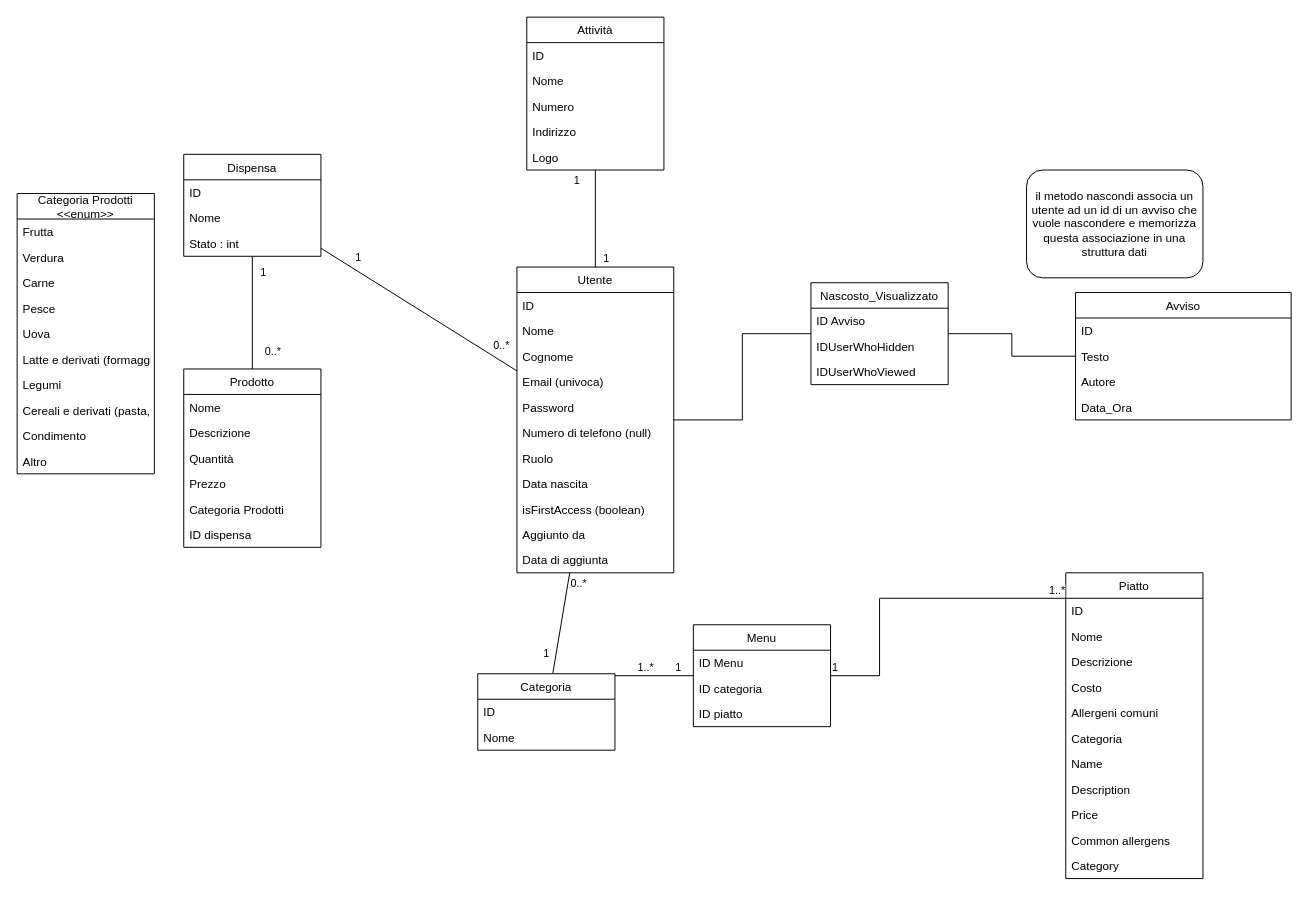
The draw.io diagram class diagrams/Database.drawio in CristianCarrella/Ratatouille23, before the edit. Source tidied: cells renumbered, new cells numbered last; positions are measured from the earlier drawing's top-left corner, leaving out a move shared by most shapes. Both pictures are drawn from the tidied source at 98%, with x=0, y=0 at pixel (17, 17).
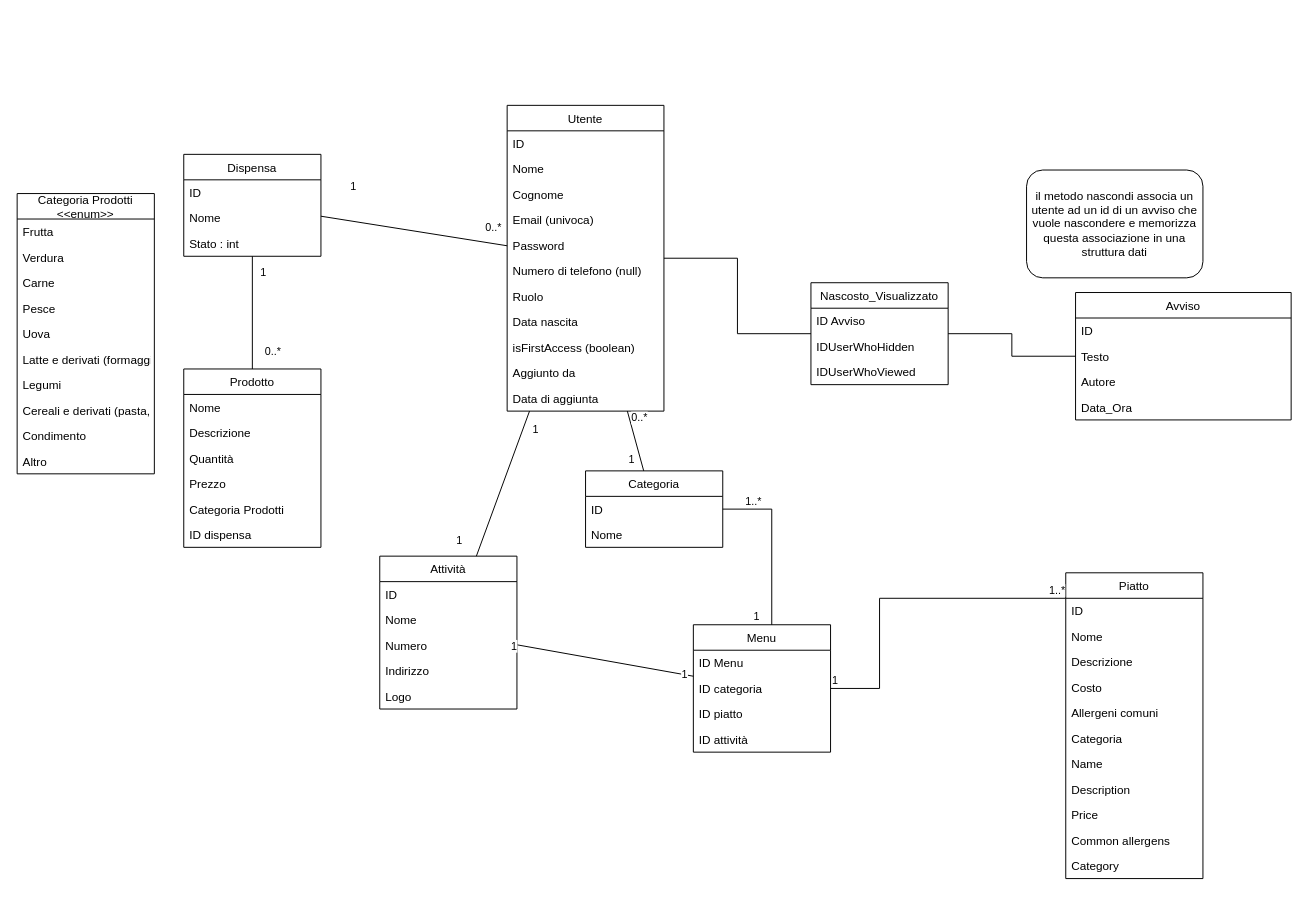
The same page after the edit.

What changed in the source:
```diff
@@
     <mxCell id="2" value="Utente" style="swimlane;fontStyle=0;horizontal=1;startSize=26;fillColor=none;" parent="1" vertex="1">
-      <mxGeometry x="510" y="255" width="160" height="312" as="geometry" />
+      <mxGeometry x="500" y="90" width="160" height="312" as="geometry" />
     </mxCell>
@@
     <mxCell id="26" value="Categoria" style="swimlane;fontStyle=0;horizontal=1;startSize=26;fillColor=none;" parent="1" vertex="1">
-      <mxGeometry x="470" y="670" width="140" height="78" as="geometry" />
+      <mxGeometry x="580" y="463" width="140" height="78" as="geometry" />
     </mxCell>
@@
     <mxCell id="34" value="Attività" style="swimlane;fontStyle=0;horizontal=1;startSize=26;fillColor=none;" parent="1" vertex="1">
-      <mxGeometry x="520" width="140" height="156" as="geometry" />
+      <mxGeometry x="370" y="550" width="140" height="156" as="geometry" />
     </mxCell>
@@
     <mxCell id="72" value="Menu" style="swimlane;fontStyle=0;horizontal=1;startSize=26;fillColor=none;" parent="1" vertex="1">
-      <mxGeometry x="690" y="620" width="140" height="104" as="geometry" />
+      <mxGeometry x="690" y="620" width="140" height="130" as="geometry" />
     </mxCell>
@@
+    <mxCell id="91" value="ID attività" style="text;strokeColor=none;fillColor=none;align=left;verticalAlign=top;spacingLeft=4;spacingRight=4;overflow=hidden;" parent="72" vertex="1">
+      <mxGeometry y="104" width="140" height="26" as="geometry" />
+    </mxCell>
@@
     <mxCell id="79" style="endArrow=none;html=1;edgeStyle=orthogonalEdgeStyle;rounded=0;" parent="1" edge="1" source="72" target="26">
       <mxGeometry relative="1" as="geometry">
         <Array as="points">
-          <mxPoint x="820" y="670" />
-          <mxPoint x="560" y="670" />
+          <mxPoint x="770" y="502" />
         </Array>
       </mxGeometry>
     </mxCell>
@@
+    <mxCell id="92" style="endArrow=none;html=1;rounded=0;" parent="1" edge="1" source="72" target="34">
+      <mxGeometry relative="1" as="geometry" />
+    </mxCell>
+    <mxCell id="93" value="1" style="edgeLabel;html=1;align=center;verticalAlign=middle;" parent="92" vertex="1">
+      <mxGeometry x="-0.77" y="1" relative="1" as="geometry">
+        <mxPoint x="11" y="1" as="offset" />
+      </mxGeometry>
+    </mxCell>
+    <mxCell id="94" value="1" style="edgeLabel;html=1;align=center;verticalAlign=middle;" parent="92" vertex="1">
+      <mxGeometry x="0.79" y="-2" relative="1" as="geometry">
+        <mxPoint x="-22" as="offset" />
+      </mxGeometry>
+    </mxCell>
```
